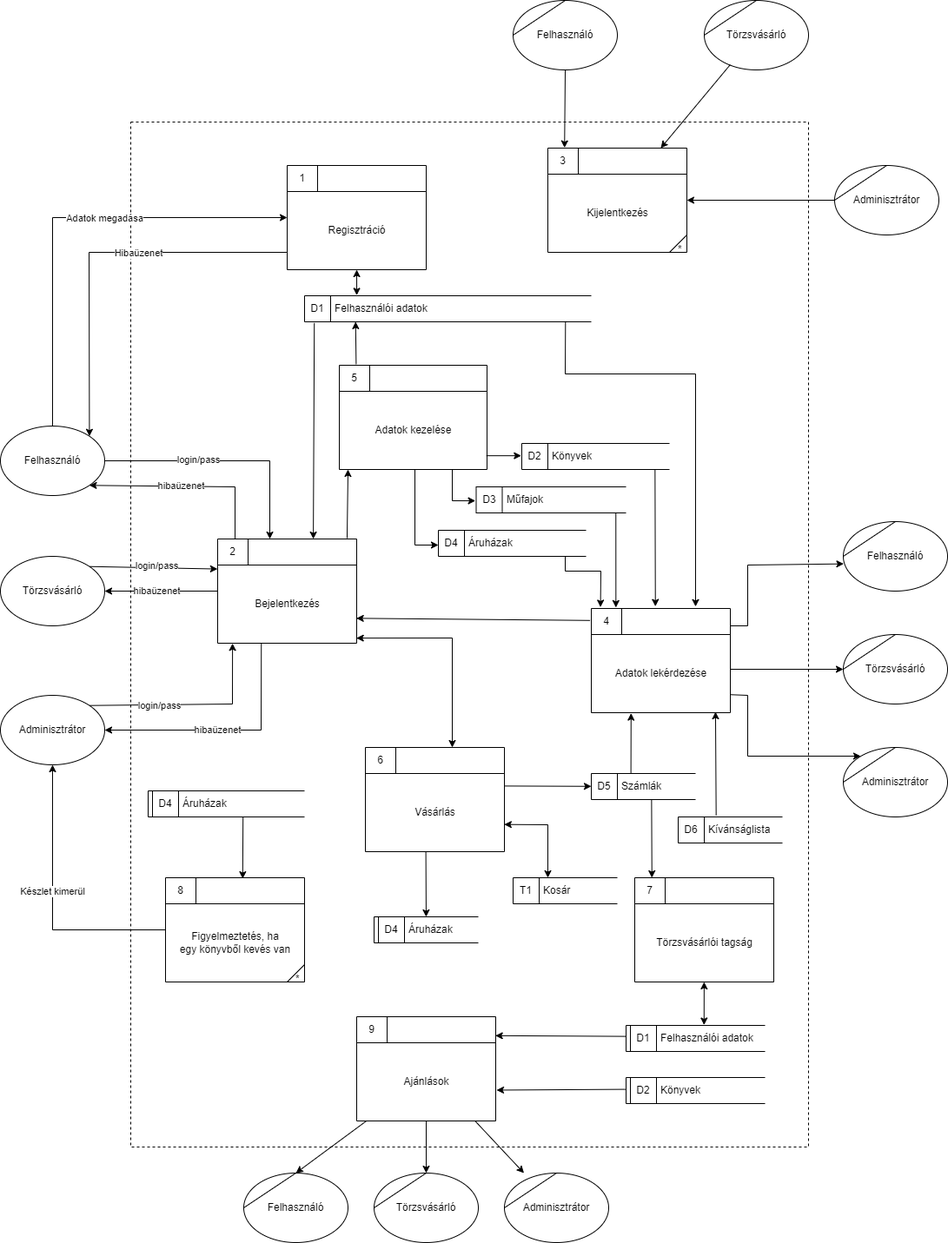
The draw.io diagram docs/dfd/dfd_layer_1/dfd_layer_1.png in a-bakk/bookstore-oracle, before a commit. Source tidied: cells renumbered, new cells last; positions are measured from the earlier drawing's top-left corner, leaving out a move shared by most shapes.
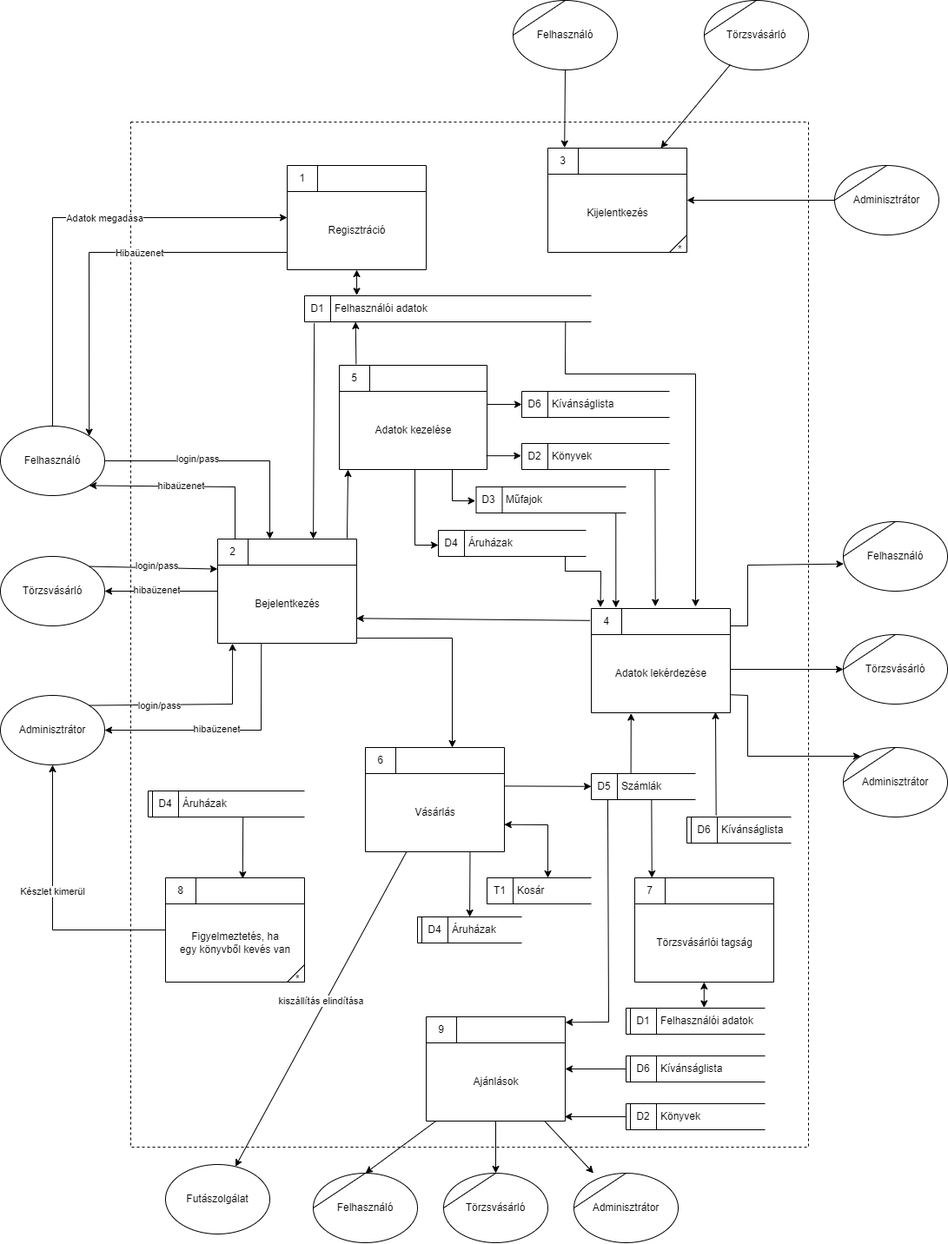
After the change.

The edit, as a diff of the source:
```diff
@@ -109,7 +109,7 @@
       </mxGeometry>
     </mxCell>
     <mxCell id="30" value="Ajánlások" style="html=1;dashed=0;whitespace=wrap;shape=mxgraph.dfd.process;align=center;spacingTop=30;" parent="2" vertex="1">
-      <mxGeometry x="260" y="1030" width="160" height="120" as="geometry" />
+      <mxGeometry x="340" y="1030" width="160" height="120" as="geometry" />
     </mxCell>
     <mxCell id="31" value="9" style="text;html=1;strokeColor=none;fillColor=none;align=center;verticalAlign=middle;whiteSpace=wrap;rounded=0;" parent="30" vertex="1">
       <mxGeometry width="35" height="30" as="geometry" />
@@ -118,13 +118,13 @@
       <mxGeometry x="35" y="-5" width="50" height="40" as="geometry" />
     </mxCell>
     <mxCell id="33" value="Könyvek" style="html=1;dashed=0;whitespace=wrap;shape=mxgraph.dfd.dataStoreID2;align=left;spacingLeft=38;" parent="2" vertex="1">
-      <mxGeometry x="570" y="1100" width="160" height="30" as="geometry" />
+      <mxGeometry x="570" y="1130" width="160" height="30" as="geometry" />
     </mxCell>
     <mxCell id="34" value="D2" style="text;html=1;strokeColor=none;fillColor=none;align=center;verticalAlign=middle;whiteSpace=wrap;rounded=0;" parent="33" vertex="1">
       <mxGeometry x="5" width="30" height="30" as="geometry" />
     </mxCell>
     <mxCell id="35" value="Felhasználói adatok" style="html=1;dashed=0;whitespace=wrap;shape=mxgraph.dfd.dataStoreID2;align=left;spacingLeft=38;" parent="2" vertex="1">
-      <mxGeometry x="570" y="1040" width="160" height="30" as="geometry" />
+      <mxGeometry x="570" y="1020" width="160" height="30" as="geometry" />
     </mxCell>
     <mxCell id="36" value="D1" style="text;html=1;strokeColor=none;fillColor=none;align=center;verticalAlign=middle;whiteSpace=wrap;rounded=0;" parent="35" vertex="1">
       <mxGeometry x="5" width="30" height="30" as="geometry" />
@@ -132,10 +132,8 @@
     <mxCell id="37" style="endArrow=classic;html=1;rounded=0;verticalAlign=bottom;exitX=0.561;exitY=-0.017;exitDx=0;exitDy=0;exitPerimeter=0;endFill=1;startArrow=classic;startFill=1;" parent="2" edge="1" source="35" target="39">
       <mxGeometry relative="1" as="geometry" />
     </mxCell>
-    <mxCell id="38" style="endArrow=classic;html=1;rounded=0;verticalAlign=bottom;entryX=1.001;entryY=0.169;entryDx=0;entryDy=0;entryPerimeter=0;exitX=-0.005;exitY=0.453;exitDx=0;exitDy=0;exitPerimeter=0;" parent="2" edge="1" source="33">
-      <mxGeometry relative="1" as="geometry">
-        <mxPoint x="421" y="1114.5" as="targetPoint" />
-      </mxGeometry>
+    <mxCell id="38" style="endArrow=classic;html=1;rounded=0;verticalAlign=bottom;entryX=0.995;entryY=0.958;entryDx=0;entryDy=0;entryPerimeter=0;" parent="2" edge="1" source="33" target="30">
+      <mxGeometry relative="1" as="geometry" />
     </mxCell>
     <mxCell id="39" value="Törzsvásárlói tagság" style="html=1;dashed=0;whitespace=wrap;shape=mxgraph.dfd.process;align=center;spacingTop=30;" parent="2" vertex="1">
       <mxGeometry x="580" y="870" width="160" height="120" as="geometry" />
@@ -155,9 +153,6 @@
     <mxCell id="44" style="text;strokeColor=none;fillColor=none;align=left;verticalAlign=middle;whiteSpace=wrap;rounded=0;spacingLeft=6;fontStyle=0;html=1;" parent="42" vertex="1">
       <mxGeometry x="35" y="-5" width="50" height="40" as="geometry" />
     </mxCell>
-    <mxCell id="45" style="endArrow=classic;html=1;rounded=0;verticalAlign=bottom;entryX=0.998;entryY=0.182;entryDx=0;entryDy=0;entryPerimeter=0;exitX=-0.003;exitY=0.421;exitDx=0;exitDy=0;exitPerimeter=0;" parent="2" edge="1" source="35" target="30">
-      <mxGeometry x="-0.07" y="-8" relative="1" as="geometry" />
-    </mxCell>
     <mxCell id="46" value="Számlák" style="html=1;dashed=0;whitespace=wrap;shape=mxgraph.dfd.dataStoreID;align=left;spacingLeft=33;" parent="2" vertex="1">
       <mxGeometry x="530" y="750" width="120" height="30" as="geometry" />
     </mxCell>
@@ -183,14 +178,9 @@
         <mxPoint x="599.7" y="870" as="targetPoint" />
       </mxGeometry>
     </mxCell>
-    <mxCell id="53" value="Kívánságlista" style="html=1;dashed=0;whitespace=wrap;shape=mxgraph.dfd.dataStoreID;align=left;spacingLeft=33;" parent="2" vertex="1">
-      <mxGeometry x="630" y="800" width="120" height="30" as="geometry" />
-    </mxCell>
-    <mxCell id="54" value="D6" style="text;html=1;strokeColor=none;fillColor=none;align=center;verticalAlign=middle;whiteSpace=wrap;rounded=0;" parent="53" vertex="1">
-      <mxGeometry width="30" height="30" as="geometry" />
-    </mxCell>
-    <mxCell id="55" style="endArrow=classic;html=1;rounded=0;verticalAlign=bottom;entryX=0.206;entryY=0.992;entryDx=0;entryDy=0;entryPerimeter=0;exitX=0.364;exitY=-0.058;exitDx=0;exitDy=0;exitPerimeter=0;" parent="2" edge="1" source="53">
+    <mxCell id="55" style="endArrow=classic;html=1;rounded=0;verticalAlign=bottom;entryX=0.206;entryY=0.992;entryDx=0;entryDy=0;entryPerimeter=0;exitX=0.364;exitY=-0.058;exitDx=0;exitDy=0;exitPerimeter=0;" parent="2" edge="1">
       <mxGeometry relative="1" as="geometry">
+        <mxPoint x="673.7" y="798.3" as="sourcePoint" />
         <mxPoint x="673" y="679" as="targetPoint" />
       </mxGeometry>
     </mxCell>
@@ -198,7 +188,7 @@
       <mxGeometry relative="1" as="geometry" />
     </mxCell>
     <mxCell id="57" value="Kosár" style="html=1;dashed=0;whitespace=wrap;shape=mxgraph.dfd.dataStoreID;align=left;spacingLeft=33;" parent="2" vertex="1">
-      <mxGeometry x="440" y="870" width="120" height="30" as="geometry" />
+      <mxGeometry x="410" y="870" width="120" height="30" as="geometry" />
     </mxCell>
     <mxCell id="58" value="T1" style="text;html=1;strokeColor=none;fillColor=none;align=center;verticalAlign=middle;whiteSpace=wrap;rounded=0;" parent="57" vertex="1">
       <mxGeometry width="30" height="30" as="geometry" />
@@ -212,14 +202,47 @@
       </mxGeometry>
     </mxCell>
     <mxCell id="60" value="Áruházak" style="html=1;dashed=0;whitespace=wrap;shape=mxgraph.dfd.dataStoreID2;align=left;spacingLeft=38;" parent="2" vertex="1">
-      <mxGeometry x="280" y="915" width="120" height="30" as="geometry" />
+      <mxGeometry x="330" y="915" width="120" height="30" as="geometry" />
     </mxCell>
     <mxCell id="61" value="D4" style="text;html=1;strokeColor=none;fillColor=none;align=center;verticalAlign=middle;whiteSpace=wrap;rounded=0;" parent="60" vertex="1">
       <mxGeometry x="5" width="30" height="30" as="geometry" />
     </mxCell>
-    <mxCell id="62" style="endArrow=classic;html=1;rounded=0;verticalAlign=bottom;exitX=0.435;exitY=0.999;exitDx=0;exitDy=0;exitPerimeter=0;" parent="2" edge="1" source="3" target="60">
+    <mxCell id="62" style="endArrow=classic;html=1;rounded=0;verticalAlign=bottom;exitX=0.753;exitY=1.005;exitDx=0;exitDy=0;exitPerimeter=0;" parent="2" edge="1" source="3" target="60">
       <mxGeometry relative="1" as="geometry" />
     </mxCell>
+    <mxCell id="53" value="Kívánságlista" style="html=1;dashed=0;whitespace=wrap;shape=mxgraph.dfd.dataStoreID;align=left;spacingLeft=33;" parent="2" vertex="1">
+      <mxGeometry x="450" y="310" width="170" height="30" as="geometry" />
+    </mxCell>
+    <mxCell id="54" value="D6" style="text;html=1;strokeColor=none;fillColor=none;align=center;verticalAlign=middle;whiteSpace=wrap;rounded=0;" parent="53" vertex="1">
+      <mxGeometry width="30" height="30" as="geometry" />
+    </mxCell>
+    <mxCell id="110" style="endArrow=classic;html=1;rounded=0;verticalAlign=bottom;" parent="2" edge="1" target="53">
+      <mxGeometry relative="1" as="geometry">
+        <mxPoint x="410" y="325" as="sourcePoint" />
+      </mxGeometry>
+    </mxCell>
+    <mxCell id="111" value="Kívánságlista" style="html=1;dashed=0;whitespace=wrap;shape=mxgraph.dfd.dataStoreID2;align=left;spacingLeft=38;" parent="2" vertex="1">
+      <mxGeometry x="640" y="800" width="120" height="30" as="geometry" />
+    </mxCell>
+    <mxCell id="112" value="D6" style="text;html=1;strokeColor=none;fillColor=none;align=center;verticalAlign=middle;whiteSpace=wrap;rounded=0;" parent="111" vertex="1">
+      <mxGeometry x="5" width="30" height="30" as="geometry" />
+    </mxCell>
+    <mxCell id="113" value="Kívánságlista" style="html=1;dashed=0;whitespace=wrap;shape=mxgraph.dfd.dataStoreID2;align=left;spacingLeft=38;" parent="2" vertex="1">
+      <mxGeometry x="570" y="1075" width="160" height="30" as="geometry" />
+    </mxCell>
+    <mxCell id="114" value="D6" style="text;html=1;strokeColor=none;fillColor=none;align=center;verticalAlign=middle;whiteSpace=wrap;rounded=0;" parent="113" vertex="1">
+      <mxGeometry x="5" width="30" height="30" as="geometry" />
+    </mxCell>
+    <mxCell id="115" style="endArrow=classic;html=1;rounded=0;verticalAlign=bottom;" parent="2" edge="1" source="113" target="30">
+      <mxGeometry relative="1" as="geometry" />
+    </mxCell>
+    <mxCell id="116" style="endArrow=classic;html=1;rounded=0;verticalAlign=bottom;exitX=0.158;exitY=1.01;exitDx=0;exitDy=0;exitPerimeter=0;entryX=1.001;entryY=0.053;entryDx=0;entryDy=0;entryPerimeter=0;" parent="2" edge="1" source="46" target="30">
+      <mxGeometry relative="1" as="geometry">
+        <Array as="points">
+          <mxPoint x="550" y="1036" />
+        </Array>
+      </mxGeometry>
+    </mxCell>
     <mxCell id="63" value="Regisztráció" style="html=1;dashed=0;whitespace=wrap;shape=mxgraph.dfd.process;align=center;spacingTop=30;" parent="1" vertex="1">
       <mxGeometry x="330" y="190" width="160" height="120" as="geometry" />
     </mxCell>
@@ -392,7 +415,7 @@
         <mxPoint x="790" y="230" as="targetPoint" />
       </mxGeometry>
     </mxCell>
-    <mxCell id="102" style="endArrow=classic;html=1;rounded=0;verticalAlign=bottom;exitX=0.998;exitY=0.951;exitDx=0;exitDy=0;exitPerimeter=0;startArrow=classic;startFill=1;" parent="1" edge="1" source="66">
+    <mxCell id="102" style="endArrow=classic;html=1;rounded=0;verticalAlign=bottom;exitX=0.998;exitY=0.951;exitDx=0;exitDy=0;exitPerimeter=0;startArrow=none;startFill=0;" parent="1" edge="1" source="66">
       <mxGeometry relative="1" as="geometry">
         <mxPoint x="520" y="860" as="targetPoint" />
         <Array as="points">
@@ -401,10 +424,10 @@
       </mxGeometry>
     </mxCell>
     <mxCell id="103" value="Törzsvásárló" style="shape=(stored shape, 332 characters);whiteSpace=wrap;html=1;" parent="1" vertex="1">
-      <mxGeometry x="430" y="1350" width="120" height="80" as="geometry" />
+      <mxGeometry x="510" y="1350" width="120" height="80" as="geometry" />
     </mxCell>
     <mxCell id="104" value="Felhasználó" style="shape=(stored shape, 332 characters);whiteSpace=wrap;html=1;" parent="1" vertex="1">
-      <mxGeometry x="280" y="1350" width="120" height="80" as="geometry" />
+      <mxGeometry x="360" y="1350" width="120" height="80" as="geometry" />
     </mxCell>
     <mxCell id="105" style="endArrow=classic;html=1;rounded=0;verticalAlign=bottom;exitX=0.067;exitY=1.003;exitDx=0;exitDy=0;exitPerimeter=0;entryX=0.5;entryY=0;entryDx=0;entryDy=0;" parent="1" edge="1" source="30" target="104">
       <mxGeometry x="0.33" relative="1" as="geometry" />
@@ -416,10 +439,16 @@
       <mxGeometry relative="1" as="geometry" />
     </mxCell>
     <mxCell id="108" value="Adminisztrátor" style="shape=(stored shape, 332 characters);whiteSpace=wrap;html=1;" parent="1" vertex="1">
-      <mxGeometry x="580" y="1350" width="120" height="80" as="geometry" />
+      <mxGeometry x="660" y="1350" width="120" height="80" as="geometry" />
     </mxCell>
     <mxCell id="109" style="endArrow=classic;html=1;rounded=0;verticalAlign=bottom;" parent="1" edge="1" source="30" target="108">
       <mxGeometry relative="1" as="geometry" />
     </mxCell>
+    <mxCell id="117" value="Futászolgálat" style="ellipse;whiteSpace=wrap;html=1;" parent="1" vertex="1">
+      <mxGeometry x="190" y="1340" width="120" height="80" as="geometry" />
+    </mxCell>
+    <mxCell id="118" value="kiszállítás elindítása" style="endArrow=classic;html=1;rounded=0;verticalAlign=bottom;" parent="1" edge="1" source="3" target="117">
+      <mxGeometry relative="1" as="geometry" />
+    </mxCell>
   </root>
 </mxGraphModel>
```
